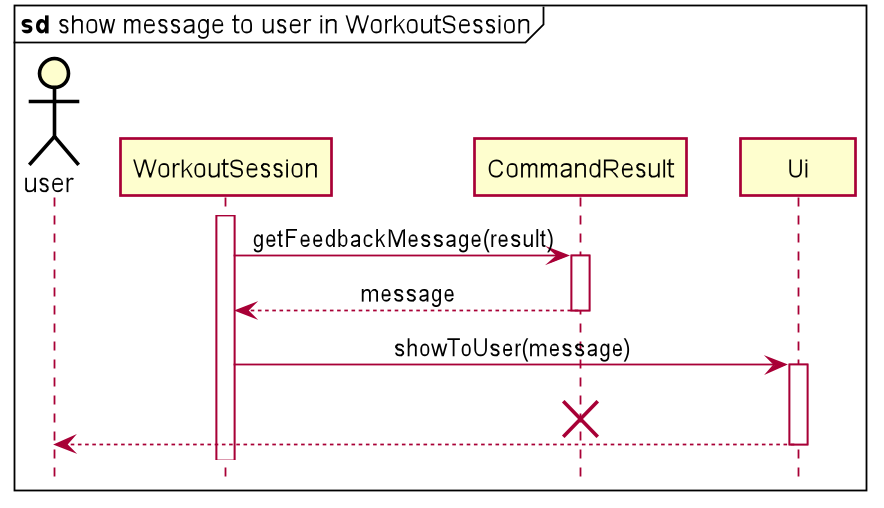
zsk612/tp keeps this PlantUML diagram as docs/pictures/jinyang/ReturnMsgToUser.png. Above is the earlier version.
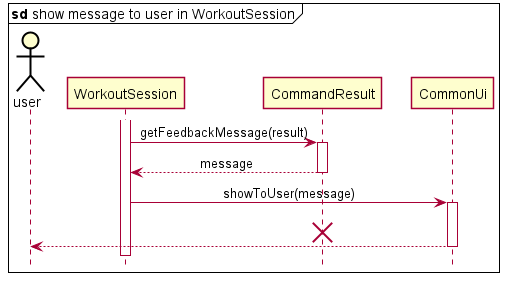
After the change.

Change to the diagram source:
```diff
@@ -5,9 +5,9 @@
 
 
 skinparam Class {
-    FontColor #FFFFFF
+    FontColor #000000
     BorderThickness 1
-    BorderColor #FFFFFF
+    BorderColor #000000
     StereotypeFontColor #FFFFFF
     FontName Arial
 }
@@ -47,10 +47,10 @@
 activate WorkoutSession
 WorkoutSession -> CommandResult ++ : getFeedbackMessage(result)
 CommandResult --> WorkoutSession -- : message
-WorkoutSession -> Ui ++ : showToUser(message)
+WorkoutSession -> CommonUi ++ : showToUser(message)
 destroy CommandResult
-Ui --> user
-deactivate Ui
+CommonUi --> user
+deactivate CommonUi
 
 
 @enduml
```
